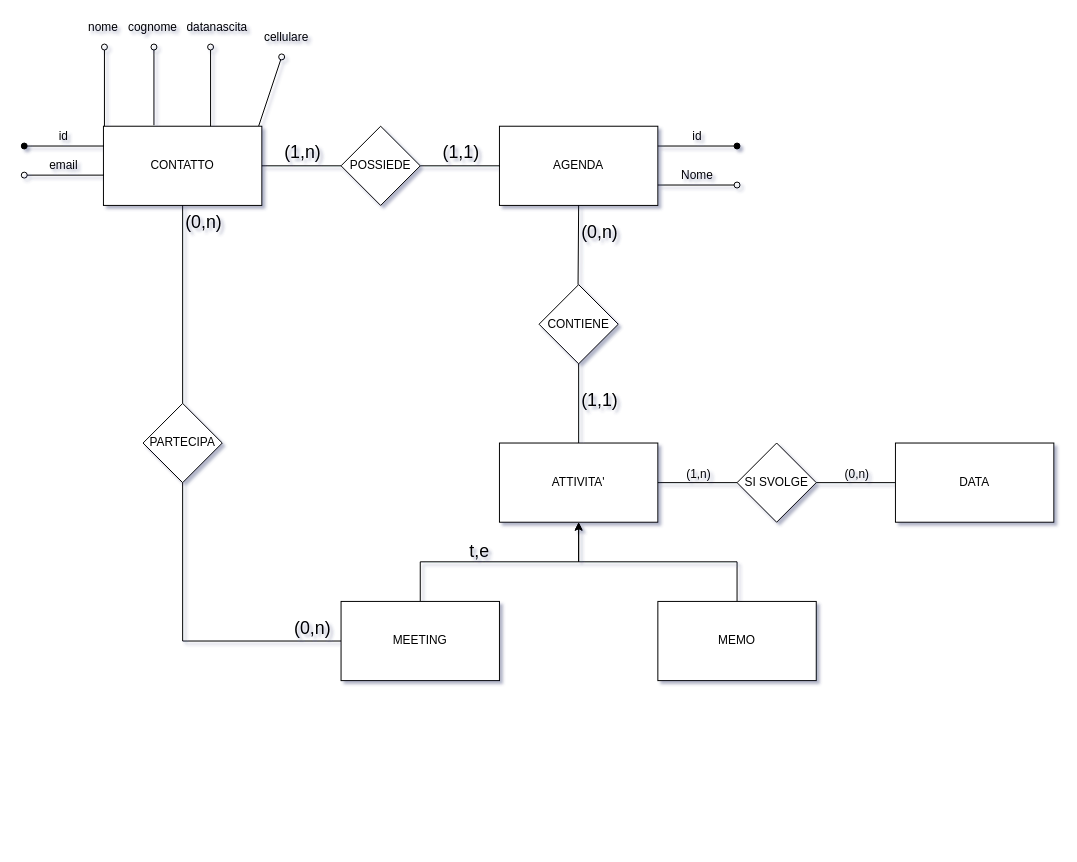
This is Untitled Diagram.drawio from codesimo/db, a draw.io file, before an edit. Source tidied: cells renumbered, new cells numbered last; positions are measured from the earlier drawing's top-left corner, leaving out a move shared by most shapes. Both pictures are drawn from the tidied source at 99%, with x=0, y=0 at pixel (24, 17).
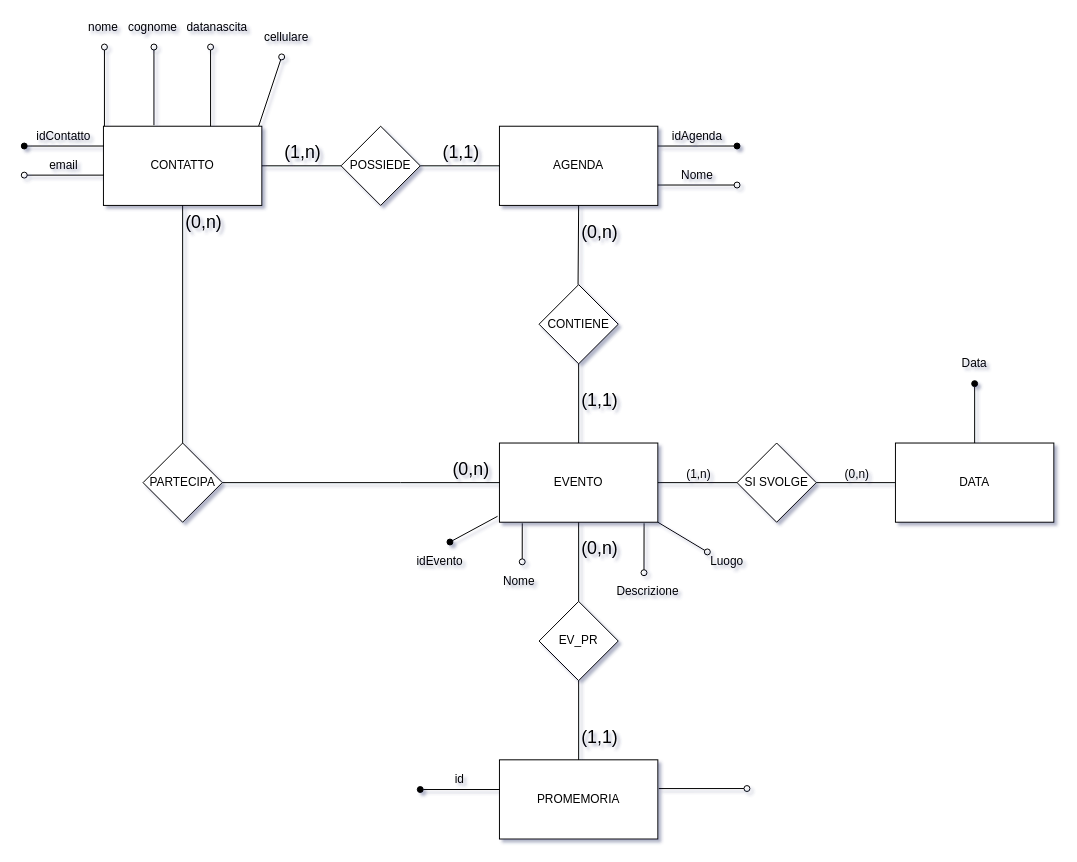
After the change.

The change refers to these unchanged cells:
```xml
<mxCell id="28" style="group;" parent="1" vertex="1">
  <mxGeometry y="110" width="80" height="20" as="geometry" />
</mxCell>
<mxCell id="45" style="group;flipH=0;flipV=0;rotation=0;" parent="1" vertex="1">
  <mxGeometry x="640" y="110" width="80" height="20" as="geometry" />
</mxCell>
<mxCell id="53" value="DATA" style="rounded=0;whiteSpace=wrap;html=1;" parent="1" vertex="1">
  <mxGeometry x="880" y="430" width="160" height="80" as="geometry" />
</mxCell>
```

What changed in the source:
```diff
@@
-    <mxCell id="2" style="edgeStyle=orthogonalEdgeStyle;rounded=0;jettySize=auto;html=1;" parent="1" edge="1" source="3" target="4">
-      <mxGeometry relative="1" as="geometry" />
-    </mxCell>
-    <mxCell id="3" value="MEETING" style="rounded=0;whiteSpace=wrap;html=1;" parent="1" vertex="1">
-      <mxGeometry x="320" y="590" width="160" height="80" as="geometry" />
-    </mxCell>
-    <mxCell id="4" value="ATTIVITA'" style="rounded=0;whiteSpace=wrap;html=1;" parent="1" vertex="1">
+    <mxCell id="4" value="EVENTO" style="rounded=0;whiteSpace=wrap;html=1;" parent="1" vertex="1">
       <mxGeometry x="480" y="430" width="160" height="80" as="geometry" />
     </mxCell>
-    <mxCell id="5" style="edgeStyle=orthogonalEdgeStyle;rounded=0;jettySize=auto;html=1;exitX=0.5;exitY=0;exitDx=0;exitDy=0;entryX=0.5;entryY=1;entryDx=0;entryDy=0;" parent="1" edge="1" source="6" target="4">
-      <mxGeometry relative="1" as="geometry" />
-    </mxCell>
-    <mxCell id="6" value="MEMO" style="rounded=0;whiteSpace=wrap;html=1;" parent="1" vertex="1">
-      <mxGeometry x="640" y="590" width="160" height="80" as="geometry" />
-    </mxCell>
@@
-    <mxCell id="19" value="t,e" style="text;html=1;strokeColor=none;fillColor=none;align=center;verticalAlign=middle;whiteSpace=wrap;rounded=0;fontSize=18;" parent="1" vertex="1">
-      <mxGeometry x="440" y="530" width="40" height="20" as="geometry" />
-    </mxCell>
-    <mxCell id="20" style="endArrow=none;html=1;rounded=0;entryX=0;entryY=0.5;entryDx=0;entryDy=0;exitX=0.5;exitY=1;exitDx=0;exitDy=0;" parent="1" edge="1" source="22" target="3">
+    <mxCell id="20" style="endArrow=none;html=1;rounded=0;entryX=0;entryY=0.5;entryDx=0;entryDy=0;exitX=1;exitY=0.5;exitDx=0;exitDy=0;" parent="1" edge="1" source="22" target="4">
       <mxGeometry relative="1" as="geometry">
         <Array as="points">
-          <mxPoint x="160" y="630" />
+          <mxPoint x="200" y="470" />
+          <mxPoint x="380" y="470" />
         </Array>
       </mxGeometry>
     </mxCell>
     <mxCell id="21" value="(0,n)" style="html=1;align=center;verticalAlign=bottom;fontSize=18;" parent="20" vertex="1">
       <mxGeometry x="-1" relative="1" as="geometry">
-        <mxPoint x="130" y="160" as="offset" />
+        <mxPoint x="250" as="offset" />
       </mxGeometry>
     </mxCell>
     <mxCell id="22" value="PARTECIPA" style="rhombus;whiteSpace=wrap;html=1;" parent="1" vertex="1">
-      <mxGeometry x="120" y="390" width="80" height="80" as="geometry" />
+      <mxGeometry x="120" y="430" width="80" height="80" as="geometry" />
     </mxCell>
@@
-    <mxCell id="29" value="id" style="text;html=1;strokeColor=none;fillColor=none;align=center;verticalAlign=middle;whiteSpace=wrap;rounded=0;" parent="28" vertex="1">
+    <mxCell id="29" value="idContatto" style="text;html=1;strokeColor=none;fillColor=none;align=center;verticalAlign=middle;whiteSpace=wrap;rounded=0;" parent="28" vertex="1">
       <mxGeometry x="20" width="40" height="20" as="geometry" />
     </mxCell>
@@
-    <mxCell id="47" value="id" style="text;html=1;strokeColor=none;fillColor=none;align=center;verticalAlign=middle;whiteSpace=wrap;rounded=0;" parent="45" vertex="1">
+    <mxCell id="47" value="idAgenda" style="text;html=1;strokeColor=none;fillColor=none;align=center;verticalAlign=middle;whiteSpace=wrap;rounded=0;" parent="45" vertex="1">
       <mxGeometry x="20" width="40" height="20" as="geometry" />
     </mxCell>
@@
+    <mxCell id="57" style="group;" parent="1" vertex="1">
+      <mxGeometry x="440" y="560" width="80" height="20" as="geometry" />
+    </mxCell>
+    <mxCell id="58" value="Nome" style="text;html=1;strokeColor=none;fillColor=none;align=center;verticalAlign=middle;whiteSpace=wrap;rounded=0;" parent="57" vertex="1">
+      <mxGeometry x="40" width="40" height="20" as="geometry" />
+    </mxCell>
+    <mxCell id="59" style="endArrow=none;html=1;startArrow=oval;startFill=0;entryX=0.144;entryY=1.013;entryDx=0;entryDy=0;entryPerimeter=0;" parent="1" edge="1" target="4">
+      <mxGeometry relative="1" as="geometry">
+        <mxPoint x="503" y="550" as="sourcePoint" />
+      </mxGeometry>
+    </mxCell>
+    <mxCell id="60" value="idEvento" style="text;html=1;strokeColor=none;fillColor=none;align=center;verticalAlign=middle;whiteSpace=wrap;rounded=0;" parent="1" vertex="1">
+      <mxGeometry x="400" y="540" width="40" height="20" as="geometry" />
+    </mxCell>
+    <mxCell id="61" style="endArrow=none;html=1;startArrow=oval;startFill=1;targetPortConstraint=east;entryX=-0.012;entryY=0.925;entryDx=0;entryDy=0;entryPerimeter=0;" parent="1" edge="1" target="4">
+      <mxGeometry relative="1" as="geometry">
+        <mxPoint x="430" y="530" as="sourcePoint" />
+      </mxGeometry>
+    </mxCell>
+    <mxCell id="62" value="Descrizione" style="text;html=1;strokeColor=none;fillColor=none;align=center;verticalAlign=middle;whiteSpace=wrap;rounded=0;" parent="1" vertex="1">
+      <mxGeometry x="610" y="570" width="40" height="20" as="geometry" />
+    </mxCell>
+    <mxCell id="63" style="endArrow=none;html=1;startArrow=oval;startFill=0;entryX=0.913;entryY=1.013;entryDx=0;entryDy=0;entryPerimeter=0;" parent="1" edge="1" target="4">
+      <mxGeometry relative="1" as="geometry">
+        <mxPoint x="626" y="561" as="sourcePoint" />
+      </mxGeometry>
+    </mxCell>
+    <mxCell id="64" value="Luogo" style="text;html=1;strokeColor=none;fillColor=none;align=center;verticalAlign=middle;whiteSpace=wrap;rounded=0;" parent="1" vertex="1">
+      <mxGeometry x="690" y="540" width="40" height="20" as="geometry" />
+    </mxCell>
+    <mxCell id="65" style="endArrow=none;html=1;startArrow=oval;startFill=0;entryX=1;entryY=1;entryDx=0;entryDy=0;" parent="1" edge="1" target="4">
+      <mxGeometry relative="1" as="geometry">
+        <mxPoint x="690" y="540" as="sourcePoint" />
+      </mxGeometry>
+    </mxCell>
+    <mxCell id="66" value="EV_PR" style="rhombus;whiteSpace=wrap;html=1;" parent="1" vertex="1">
+      <mxGeometry x="520" y="590" width="80" height="80" as="geometry" />
+    </mxCell>
+    <mxCell id="67" style="endArrow=none;html=1;entryX=0.5;entryY=0;entryDx=0;entryDy=0;exitX=0.5;exitY=1;exitDx=0;exitDy=0;" parent="1" edge="1" source="4" target="66">
+      <mxGeometry relative="1" as="geometry" />
+    </mxCell>
+    <mxCell id="68" value="PROMEMORIA" style="rounded=0;whiteSpace=wrap;html=1;" parent="1" vertex="1">
+      <mxGeometry x="480" y="750" width="160" height="80" as="geometry" />
+    </mxCell>
+    <mxCell id="69" style="endArrow=none;html=1;exitX=0.5;exitY=1;exitDx=0;exitDy=0;entryX=0.5;entryY=0;entryDx=0;entryDy=0;" parent="1" edge="1" source="66" target="68">
+      <mxGeometry relative="1" as="geometry" />
+    </mxCell>
+    <mxCell id="70" value="(1,1)" style="html=1;align=center;verticalAlign=bottom;fontSize=18;" parent="1" vertex="1">
+      <mxGeometry x="560" y="690" as="geometry">
+        <mxPoint x="20" y="50" as="offset" />
+      </mxGeometry>
+    </mxCell>
+    <mxCell id="71" value="(0,n)" style="html=1;align=center;verticalAlign=bottom;fontSize=18;" parent="1" vertex="1">
+      <mxGeometry x="560" y="510" as="geometry">
+        <mxPoint x="20" y="40" as="offset" />
+      </mxGeometry>
+    </mxCell>
+    <mxCell id="72" style="group;" parent="1" vertex="1">
+      <mxGeometry x="900" y="350" width="80" height="20" as="geometry" />
+    </mxCell>
+    <mxCell id="73" style="endArrow=none;html=1;startArrow=oval;startFill=1;targetPortConstraint=east;" parent="1" edge="1" target="53">
+      <mxGeometry relative="1" as="geometry">
+        <mxPoint x="960" y="370" as="sourcePoint" />
+      </mxGeometry>
+    </mxCell>
+    <mxCell id="74" value="Data" style="text;html=1;strokeColor=none;fillColor=none;align=center;verticalAlign=middle;whiteSpace=wrap;rounded=0;" parent="1" vertex="1">
+      <mxGeometry x="940" y="340" width="40" height="20" as="geometry" />
+    </mxCell>
+    <mxCell id="75" style="group;" parent="1" vertex="1">
+      <mxGeometry x="400" y="760" width="80" height="20" as="geometry" />
+    </mxCell>
+    <mxCell id="76" value="id" style="text;html=1;strokeColor=none;fillColor=none;align=center;verticalAlign=middle;whiteSpace=wrap;rounded=0;" parent="75" vertex="1">
+      <mxGeometry x="20" width="40" height="20" as="geometry" />
+    </mxCell>
+    <mxCell id="77" style="endArrow=none;html=1;startArrow=oval;startFill=1;targetPortConstraint=east;" parent="75" edge="1">
+      <mxGeometry relative="1" as="geometry">
+        <mxPoint y="20" as="sourcePoint" />
+        <mxPoint x="80" y="20" as="targetPoint" />
+      </mxGeometry>
+    </mxCell>
+    <mxCell id="78" style="group;" parent="1" vertex="1">
+      <mxGeometry x="639" y="770" width="80" height="20" as="geometry" />
+    </mxCell>
+    <mxCell id="79" style="endArrow=none;html=1;startArrow=oval;startFill=0;entryX=1.006;entryY=0.363;entryDx=0;entryDy=0;entryPerimeter=0;" parent="78" edge="1" target="68">
+      <mxGeometry relative="1" as="geometry">
+        <mxPoint x="91" y="9" as="sourcePoint" />
+      </mxGeometry>
+    </mxCell>
```
